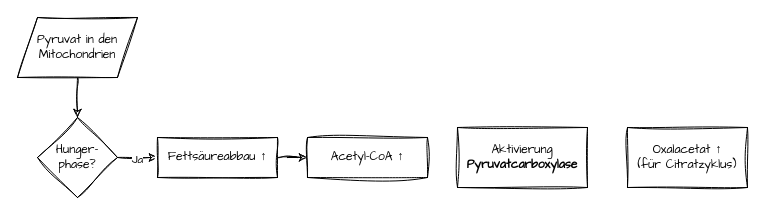
Before: Pyruvatcarboxylase.drawio in anghenfil/Medizinzeug, a draw.io diagram. Source tidied: cells renumbered, new cells numbered last; positions are measured from the earlier drawing's top-left corner, leaving out a move shared by most shapes. Both pictures are drawn from the tidied source at 100%, with x=0, y=0 at pixel (17, 17).
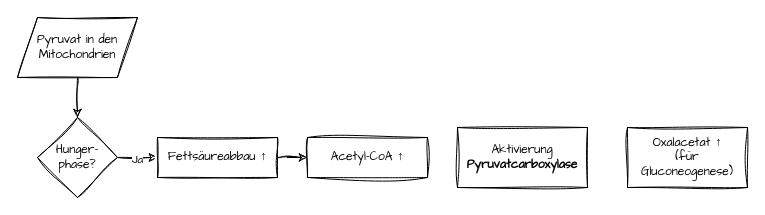
The same diagram, later.

Change to the diagram source:
```diff
@@
 <mxGraphModel>
   <root>
     <mxCell id="0" />
     <mxCell id="1" parent="0" />
     <mxCell id="2" style="edgeStyle=orthogonalEdgeStyle;rounded=0;sketch=1;hachureGap=4;jiggle=2;curveFitting=1;jettySize=auto;html=1;entryX=0.5;entryY=0;entryDx=0;entryDy=0;fontFamily=Architects Daughter;" parent="1" edge="1" source="3" target="6">
       <mxGeometry relative="1" as="geometry" />
     </mxCell>
     <mxCell id="3" value="Pyruvat in den Mitochondrien" style="shape=parallelogram;perimeter=parallelogramPerimeter;whiteSpace=wrap;html=1;fixedSize=1;sketch=1;hachureGap=4;jiggle=2;curveFitting=1;fontFamily=Architects Daughter;" parent="1" vertex="1">
       <mxGeometry width="120" height="60" as="geometry" />
     </mxCell>
     <mxCell id="4" style="edgeStyle=orthogonalEdgeStyle;rounded=0;sketch=1;hachureGap=4;jiggle=2;curveFitting=1;jettySize=auto;html=1;fontFamily=Architects Daughter;" parent="1" edge="1" source="6" target="8">
       <mxGeometry relative="1" as="geometry" />
     </mxCell>
     <mxCell id="5" value="Ja" style="edgeLabel;html=1;align=center;verticalAlign=middle;fontFamily=Architects Daughter;" parent="4" vertex="1">
       <mxGeometry x="-0.05" y="-1" relative="1" as="geometry" />
     </mxCell>
     <mxCell id="6" value="Hunger-phase?" style="rhombus;whiteSpace=wrap;html=1;sketch=1;hachureGap=4;jiggle=2;curveFitting=1;fontFamily=Architects Daughter;" parent="1" vertex="1">
       <mxGeometry x="20" y="100" width="80" height="80" as="geometry" />
     </mxCell>
     <mxCell id="7" style="edgeStyle=orthogonalEdgeStyle;rounded=0;sketch=1;hachureGap=4;jiggle=2;curveFitting=1;jettySize=auto;html=1;fontFamily=Architects Daughter;" parent="1" edge="1" source="8" target="9">
       <mxGeometry relative="1" as="geometry" />
     </mxCell>
     <mxCell id="8" value="Fettsäureabbau ↑" style="rounded=0;whiteSpace=wrap;html=1;sketch=1;hachureGap=4;jiggle=2;curveFitting=1;fontFamily=Architects Daughter;" parent="1" vertex="1">
       <mxGeometry x="140" y="120" width="120" height="40" as="geometry" />
     </mxCell>
     <mxCell id="9" value="Acetyl-CoA ↑" style="rounded=0;whiteSpace=wrap;html=1;sketch=1;hachureGap=4;jiggle=2;curveFitting=1;fontFamily=Architects Daughter;" parent="1" vertex="1">
       <mxGeometry x="290" y="120" width="120" height="40" as="geometry" />
     </mxCell>
     <mxCell id="10" value="Aktivierung &lt;b&gt;Pyruvatcarboxylase&lt;/b&gt;" style="whiteSpace=wrap;html=1;sketch=1;hachureGap=4;jiggle=2;curveFitting=1;fontFamily=Architects Daughter;" parent="1" vertex="1">
       <mxGeometry x="440" y="110" width="130" height="60" as="geometry" />
     </mxCell>
-    <mxCell id="11" value="&lt;div&gt;Oxalacetat&amp;nbsp;↑&lt;/div&gt;&lt;div&gt;(für Citratzyklus)&lt;/div&gt;" style="whiteSpace=wrap;html=1;sketch=1;hachureGap=4;jiggle=2;curveFitting=1;fontFamily=Architects Daughter;" parent="1" vertex="1">
+    <mxCell id="11" value="&lt;div&gt;Oxalacetat&amp;nbsp;↑&lt;/div&gt;&lt;div&gt;(für Gluconeogenese)&lt;/div&gt;" style="whiteSpace=wrap;html=1;sketch=1;hachureGap=4;jiggle=2;curveFitting=1;fontFamily=Architects Daughter;" parent="1" vertex="1">
       <mxGeometry x="610" y="110" width="120" height="60" as="geometry" />
     </mxCell>
   </root>
 </mxGraphModel>
```
